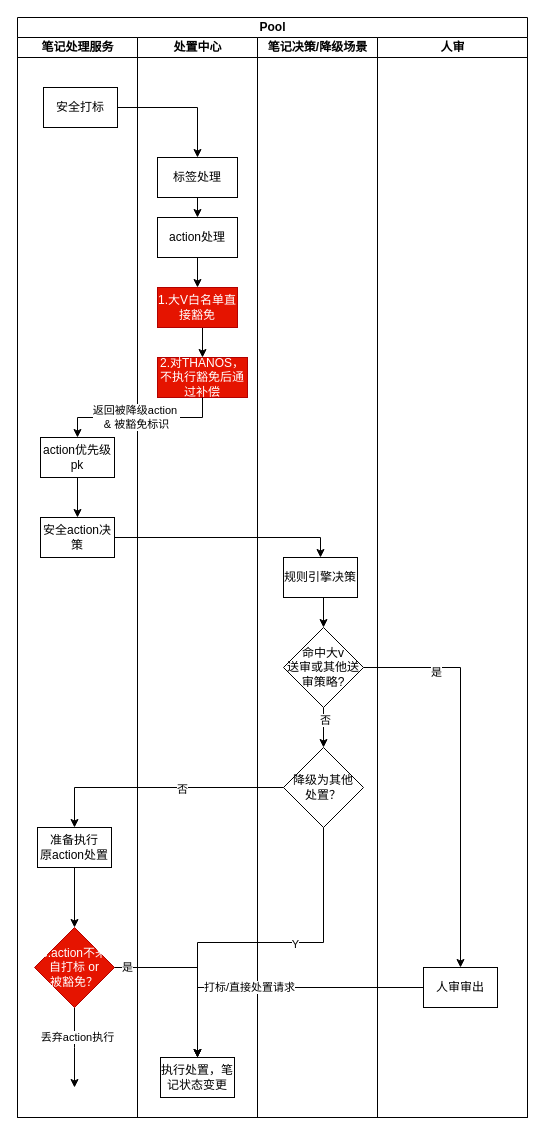
This is 未命名绘图.drawio from hidafu/hosts, a draw.io file, before an edit. Source tidied: cells renumbered, new cells numbered last; positions are measured from the earlier drawing's top-left corner, leaving out a move shared by most shapes. Both pictures are drawn from the tidied source at 100%, with x=0, y=0 at pixel (17, 17).
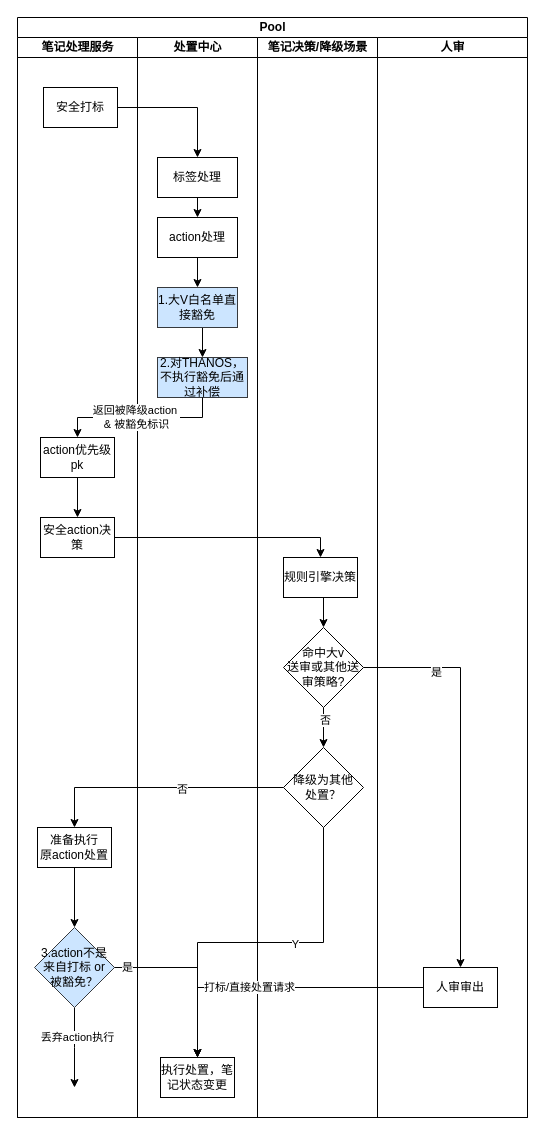
The same diagram, later.

Commit message:
标签处置决策流程.drawio

The change refers to these unchanged cells:
```xml
<mxCell id="3" value="笔记处理服务" style="swimlane;startSize=20;html=1;" parent="2" vertex="1">
  <mxGeometry y="20" width="120" height="1080" as="geometry" />
</mxCell>
<mxCell id="13" value="处置中心" style="swimlane;startSize=20;html=1;" parent="2" vertex="1">
  <mxGeometry x="120" y="20" width="120" height="1080" as="geometry" />
</mxCell>
```

What changed in the source:
```diff
@@
-    <mxCell id="12" value="3.action不来自打标 or&lt;br&gt;被豁免？" style="rhombus;whiteSpace=wrap;html=1;fillColor=#e51400;strokeColor=#B20000;fontColor=#ffffff;" parent="3" vertex="1">
+    <mxCell id="12" value="3.action不是来自打标 or&lt;br&gt;被豁免？" style="rhombus;whiteSpace=wrap;html=1;fillColor=#cce5ff;strokeColor=#36393d;" parent="3" vertex="1">
       <mxGeometry x="17" y="890" width="80" height="80" as="geometry" />
     </mxCell>
@@
-    <mxCell id="19" value="1.大V白名单直接豁免" style="rounded=0;whiteSpace=wrap;html=1;fillColor=#e51400;fontColor=#ffffff;strokeColor=#B20000;" parent="13" vertex="1">
+    <mxCell id="19" value="1.大V白名单直接豁免" style="rounded=0;whiteSpace=wrap;html=1;fillColor=#cce5ff;strokeColor=#36393d;" parent="13" vertex="1">
       <mxGeometry x="20" y="250" width="80" height="40" as="geometry" />
     </mxCell>
-    <mxCell id="20" value="2.对THANOS，不执行豁免后通过补偿" style="rounded=0;whiteSpace=wrap;html=1;fillColor=#e51400;fontColor=#ffffff;strokeColor=#B20000;" parent="13" vertex="1">
+    <mxCell id="20" value="2.对THANOS，不执行豁免后通过补偿" style="rounded=0;whiteSpace=wrap;html=1;fillColor=#cce5ff;strokeColor=#36393d;" parent="13" vertex="1">
       <mxGeometry x="20" y="320" width="90" height="40" as="geometry" />
     </mxCell>
```
